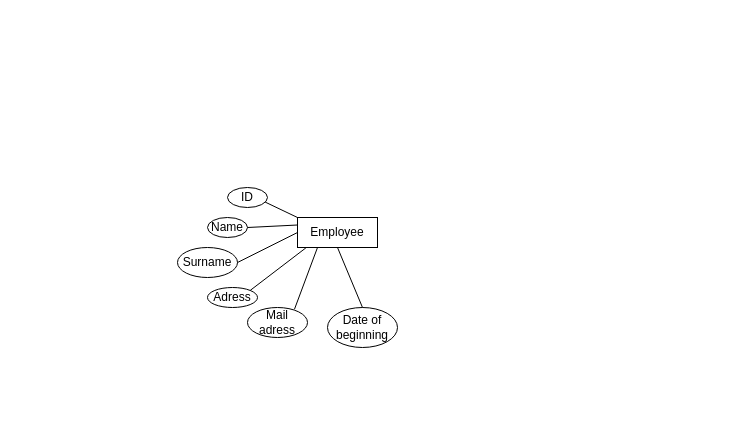
Above: Untitled Diagram.drawio in AntoineD74/Database-project (draw.io), before the change. Source tidied: cells renumbered, new cells numbered last; positions are measured from the earlier drawing's top-left corner, leaving out a move shared by most shapes. Both pictures are drawn from the tidied source at 100%, with x=0, y=0 at pixel (177, 187).
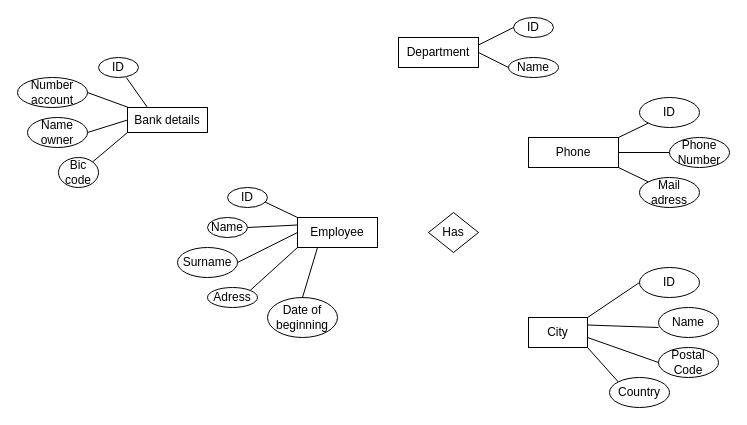
The same diagram, later.

Unchanged cells that the change refers to:
```xml
<mxCell id="2" value="Employee" style="rounded=0;whiteSpace=wrap;html=1;" parent="1" vertex="1">
  <mxGeometry x="120" y="30" width="80" height="30" as="geometry" />
</mxCell>
<mxCell id="3" value="Adress" style="ellipse;whiteSpace=wrap;html=1;" parent="1" vertex="1">
  <mxGeometry x="30" y="100" width="50" height="20" as="geometry" />
</mxCell>
```

The edit, as a diff of the source:
```diff
@@
     <mxCell id="4" value="Mail adress" style="ellipse;whiteSpace=wrap;html=1;" parent="1" vertex="1">
-      <mxGeometry x="70" y="120" width="60" height="30" as="geometry" />
+      <mxGeometry x="462" y="-10" width="60" height="30" as="geometry" />
     </mxCell>
@@
     <mxCell id="8" value="Date of beginning" style="ellipse;whiteSpace=wrap;html=1;" parent="1" vertex="1">
-      <mxGeometry x="150" y="120" width="70" height="40" as="geometry" />
+      <mxGeometry x="90" y="110" width="70" height="40" as="geometry" />
     </mxCell>
@@
-    <mxCell id="12" style="endArrow=none;html=1;entryX=0.105;entryY=1.012;entryDx=0;entryDy=0;entryPerimeter=0;exitX=1;exitY=0;exitDx=0;exitDy=0;" parent="1" edge="1" source="3" target="2">
+    <mxCell id="12" style="endArrow=none;html=1;entryX=0;entryY=1;entryDx=0;entryDy=0;exitX=1;exitY=0;exitDx=0;exitDy=0;" parent="1" edge="1" source="3" target="2">
       <mxGeometry relative="1" as="geometry" />
     </mxCell>
-    <mxCell id="13" style="endArrow=none;html=1;entryX=0.25;entryY=1;entryDx=0;entryDy=0;exitX=0.783;exitY=0.058;exitDx=0;exitDy=0;exitPerimeter=0;" parent="1" edge="1" source="4" target="2">
-      <mxGeometry relative="1" as="geometry" />
-    </mxCell>
-    <mxCell id="14" style="endArrow=none;html=1;entryX=0.5;entryY=1;entryDx=0;entryDy=0;exitX=0.5;exitY=0;exitDx=0;exitDy=0;" parent="1" edge="1" source="8" target="2">
+    <mxCell id="14" style="endArrow=none;html=1;entryX=0.25;entryY=1;entryDx=0;entryDy=0;exitX=0.5;exitY=0;exitDx=0;exitDy=0;" parent="1" edge="1" source="8" target="2">
       <mxGeometry relative="1" as="geometry" />
     </mxCell>
+    <mxCell id="15" value="Phone" style="rounded=0;whiteSpace=wrap;html=1;" parent="1" vertex="1">
+      <mxGeometry x="351" y="-50" width="90" height="30" as="geometry" />
+    </mxCell>
+    <mxCell id="16" value="ID" style="ellipse;whiteSpace=wrap;html=1;" parent="1" vertex="1">
+      <mxGeometry x="462" y="-90" width="60" height="30" as="geometry" />
+    </mxCell>
+    <mxCell id="17" value="Phone Number" style="ellipse;whiteSpace=wrap;html=1;" parent="1" vertex="1">
+      <mxGeometry x="492" y="-50" width="60" height="30" as="geometry" />
+    </mxCell>
+    <mxCell id="18" style="endArrow=none;html=1;entryX=0;entryY=1;entryDx=0;entryDy=0;exitX=1;exitY=0;exitDx=0;exitDy=0;" parent="1" edge="1" source="15" target="16">
+      <mxGeometry relative="1" as="geometry" />
+    </mxCell>
+    <mxCell id="19" style="endArrow=none;html=1;entryX=0;entryY=0.5;entryDx=0;entryDy=0;exitX=1;exitY=0.5;exitDx=0;exitDy=0;" parent="1" edge="1" source="15" target="17">
+      <mxGeometry relative="1" as="geometry" />
+    </mxCell>
+    <mxCell id="20" style="endArrow=none;html=1;entryX=0;entryY=0;entryDx=0;entryDy=0;exitX=1;exitY=1;exitDx=0;exitDy=0;" parent="1" edge="1" source="15" target="4">
+      <mxGeometry relative="1" as="geometry" />
+    </mxCell>
+    <mxCell id="21" value="Has" style="rhombus;whiteSpace=wrap;html=1;" parent="1" vertex="1">
+      <mxGeometry x="251" y="25" width="50" height="40" as="geometry" />
+    </mxCell>
+    <mxCell id="22" value="Bank details" style="rounded=0;whiteSpace=wrap;html=1;" parent="1" vertex="1">
+      <mxGeometry x="-50" y="-80" width="80" height="25" as="geometry" />
+    </mxCell>
+    <mxCell id="23" value="ID" style="ellipse;whiteSpace=wrap;html=1;" parent="1" vertex="1">
+      <mxGeometry x="-79" y="-130" width="40" height="20" as="geometry" />
+    </mxCell>
+    <mxCell id="24" value="Number account" style="ellipse;whiteSpace=wrap;html=1;" parent="1" vertex="1">
+      <mxGeometry x="-160" y="-110" width="70" height="30" as="geometry" />
+    </mxCell>
+    <mxCell id="25" value="Name owner" style="ellipse;whiteSpace=wrap;html=1;" parent="1" vertex="1">
+      <mxGeometry x="-150" y="-70" width="60" height="30" as="geometry" />
+    </mxCell>
+    <mxCell id="26" style="edgeStyle=orthogonalEdgeStyle;rounded=0;orthogonalLoop=1;jettySize=auto;html=1;exitX=0.5;exitY=1;exitDx=0;exitDy=0;" parent="1" edge="1" source="25" target="25">
+      <mxGeometry relative="1" as="geometry" />
+    </mxCell>
+    <mxCell id="27" value="Bic code" style="ellipse;whiteSpace=wrap;html=1;" parent="1" vertex="1">
+      <mxGeometry x="-119" y="-30" width="40" height="30" as="geometry" />
+    </mxCell>
+    <mxCell id="28" style="endArrow=none;html=1;exitX=0.7;exitY=1.017;exitDx=0;exitDy=0;entryX=0.25;entryY=0;entryDx=0;entryDy=0;exitPerimeter=0;" parent="1" edge="1" source="23" target="22">
+      <mxGeometry relative="1" as="geometry" />
+    </mxCell>
+    <mxCell id="29" style="endArrow=none;html=1;exitX=1;exitY=0.5;exitDx=0;exitDy=0;" parent="1" edge="1" source="24">
+      <mxGeometry relative="1" as="geometry">
+        <mxPoint x="-49" y="-80" as="targetPoint" />
+      </mxGeometry>
+    </mxCell>
+    <mxCell id="30" style="endArrow=none;html=1;exitX=1;exitY=0.5;exitDx=0;exitDy=0;entryX=0;entryY=0.5;entryDx=0;entryDy=0;" parent="1" edge="1" source="25" target="22">
+      <mxGeometry relative="1" as="geometry" />
+    </mxCell>
+    <mxCell id="31" style="endArrow=none;html=1;exitX=1;exitY=0;exitDx=0;exitDy=0;entryX=0;entryY=1;entryDx=0;entryDy=0;" parent="1" edge="1" source="27" target="22">
+      <mxGeometry relative="1" as="geometry" />
+    </mxCell>
+    <mxCell id="32" value="City" style="rounded=0;whiteSpace=wrap;html=1;" parent="1" vertex="1">
+      <mxGeometry x="351" y="130" width="59" height="30" as="geometry" />
+    </mxCell>
+    <mxCell id="33" value="Name" style="ellipse;whiteSpace=wrap;html=1;" parent="1" vertex="1">
+      <mxGeometry x="481" y="120" width="60" height="30" as="geometry" />
+    </mxCell>
+    <mxCell id="34" value="Postal Code" style="ellipse;whiteSpace=wrap;html=1;" parent="1" vertex="1">
+      <mxGeometry x="481" y="160" width="60" height="30" as="geometry" />
+    </mxCell>
+    <mxCell id="35" value="Country" style="ellipse;whiteSpace=wrap;html=1;" parent="1" vertex="1">
+      <mxGeometry x="432" y="190" width="60" height="30" as="geometry" />
+    </mxCell>
+    <mxCell id="36" style="endArrow=none;html=1;exitX=1;exitY=1;exitDx=0;exitDy=0;entryX=0;entryY=0;entryDx=0;entryDy=0;" parent="1" edge="1" source="32" target="35">
+      <mxGeometry relative="1" as="geometry" />
+    </mxCell>
+    <mxCell id="37" style="endArrow=none;html=1;entryX=1;entryY=0.667;entryDx=0;entryDy=0;exitX=0;exitY=0.5;exitDx=0;exitDy=0;entryPerimeter=0;" parent="1" edge="1" source="34" target="32">
+      <mxGeometry relative="1" as="geometry" />
+    </mxCell>
+    <mxCell id="38" style="endArrow=none;html=1;exitX=1;exitY=0.25;exitDx=0;exitDy=0;entryX=0;entryY=0.667;entryDx=0;entryDy=0;entryPerimeter=0;" parent="1" edge="1" source="32" target="33">
+      <mxGeometry relative="1" as="geometry" />
+    </mxCell>
+    <mxCell id="39" value="Department" style="rounded=0;whiteSpace=wrap;html=1;" parent="1" vertex="1">
+      <mxGeometry x="221" y="-150" width="80" height="30" as="geometry" />
+    </mxCell>
+    <mxCell id="40" value="ID" style="ellipse;whiteSpace=wrap;html=1;" parent="1" vertex="1">
+      <mxGeometry x="462" y="80" width="60" height="30" as="geometry" />
+    </mxCell>
+    <mxCell id="41" style="endArrow=none;html=1;entryX=0;entryY=0.5;entryDx=0;entryDy=0;" parent="1" edge="1" target="40">
+      <mxGeometry relative="1" as="geometry">
+        <mxPoint x="410" y="130" as="sourcePoint" />
+      </mxGeometry>
+    </mxCell>
+    <mxCell id="42" value="ID" style="ellipse;whiteSpace=wrap;html=1;" parent="1" vertex="1">
+      <mxGeometry x="336" y="-170" width="40" height="20" as="geometry" />
+    </mxCell>
+    <mxCell id="43" value="Name" style="ellipse;whiteSpace=wrap;html=1;" parent="1" vertex="1">
+      <mxGeometry x="331" y="-130" width="50" height="20" as="geometry" />
+    </mxCell>
+    <mxCell id="44" style="endArrow=none;html=1;exitX=0;exitY=0.5;exitDx=0;exitDy=0;entryX=1;entryY=0.25;entryDx=0;entryDy=0;" parent="1" edge="1" source="42" target="39">
+      <mxGeometry relative="1" as="geometry" />
+    </mxCell>
+    <mxCell id="45" style="endArrow=none;html=1;exitX=0;exitY=0.5;exitDx=0;exitDy=0;entryX=1;entryY=0.5;entryDx=0;entryDy=0;" parent="1" edge="1" source="43" target="39">
+      <mxGeometry relative="1" as="geometry" />
+    </mxCell>
```
